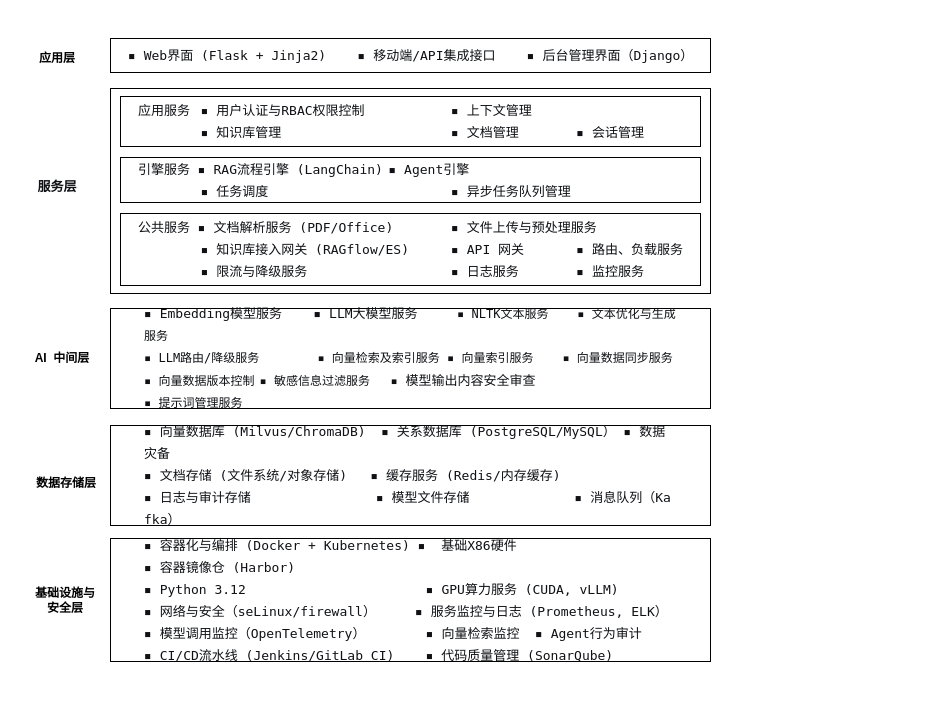
Earlier version of the draw.io diagram deploy/arch.drawio (liuyngchng/llm_agent). Source tidied: cells renumbered, new cells numbered last; positions are measured from the earlier drawing's top-left corner, leaving out a move shared by most shapes. Both pictures are drawn from the tidied source at 100%, with x=0, y=0 at pixel (17, 38).
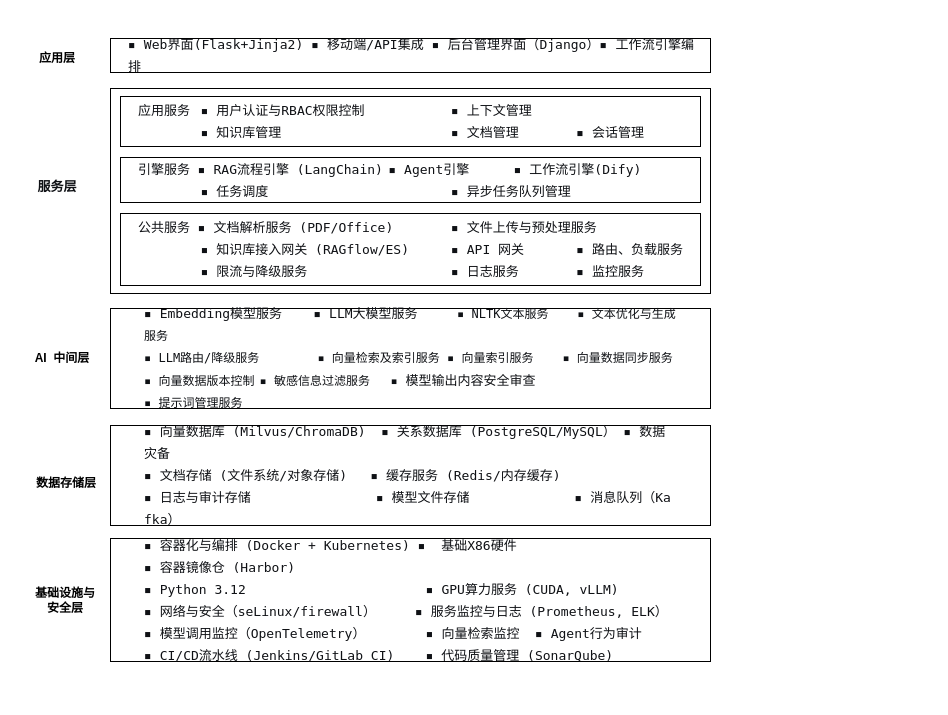
After the change.

What changed in the source:
```diff
@@
 <mxGraphModel>
   <root>
     <mxCell id="0" />
     <mxCell id="1" parent="0" />
     <mxCell id="2" value="应用层" style="rounded=0;whiteSpace=wrap;html=1;fillColor=none;strokeColor=none;fontStyle=1;" parent="1" vertex="1">
       <mxGeometry width="80" height="40" as="geometry" />
     </mxCell>
-    <mxCell id="3" value="&lt;pre style=&quot;text-align: justify; font-variant-numeric: normal; font-variant-east-asian: normal; font-variant-alternates: normal; font-size-adjust: none; font-kerning: auto; font-optical-sizing: auto; font-feature-settings: normal; font-variation-settings: normal; font-variant-position: normal; font-variant-emoji: normal; font-stretch: normal; font-size: 13px; line-height: 22px; font-family: Menlo, Monaco, Consolas, &amp;quot;Cascadia Mono&amp;quot;, &amp;quot;Ubuntu Mono&amp;quot;, &amp;quot;DejaVu Sans Mono&amp;quot;, &amp;quot;Liberation Mono&amp;quot;, &amp;quot;JetBrains Mono&amp;quot;, &amp;quot;Fira Code&amp;quot;, Cousine, &amp;quot;Roboto Mono&amp;quot;, &amp;quot;Courier New&amp;quot;, Courier, sans-serif, system-ui; overflow: auto; text-wrap-mode: wrap; word-break: break-all; padding: 16px; color: rgb(15, 17, 21); margin: 0px !important;&quot;&gt;▪ Web界面 (Flask + Jinja2)    ▪ 移动端/API集成接口    ▪ 后台管理界面（Django）&lt;/pre&gt;" style="rounded=0;whiteSpace=wrap;html=1;align=left;fillColor=default;" parent="1" vertex="1">
+    <mxCell id="3" value="&lt;pre style=&quot;text-align: justify; font-variant-numeric: normal; font-variant-east-asian: normal; font-variant-alternates: normal; font-size-adjust: none; font-kerning: auto; font-optical-sizing: auto; font-feature-settings: normal; font-variation-settings: normal; font-variant-position: normal; font-variant-emoji: normal; font-stretch: normal; font-size: 13px; line-height: 22px; font-family: Menlo, Monaco, Consolas, &amp;quot;Cascadia Mono&amp;quot;, &amp;quot;Ubuntu Mono&amp;quot;, &amp;quot;DejaVu Sans Mono&amp;quot;, &amp;quot;Liberation Mono&amp;quot;, &amp;quot;JetBrains Mono&amp;quot;, &amp;quot;Fira Code&amp;quot;, Cousine, &amp;quot;Roboto Mono&amp;quot;, &amp;quot;Courier New&amp;quot;, Courier, sans-serif, system-ui; overflow: auto; text-wrap-mode: wrap; word-break: break-all; padding: 16px; color: rgb(15, 17, 21); margin: 0px !important;&quot;&gt;▪ Web界面(Flask+Jinja2) ▪ 移动端/API集成 ▪ 后台管理界面（Django）▪ 工作流引擎编排&lt;/pre&gt;" style="rounded=0;whiteSpace=wrap;html=1;align=left;fillColor=default;" parent="1" vertex="1">
       <mxGeometry x="93" width="600" height="34" as="geometry" />
     </mxCell>
     <mxCell id="4" value="&lt;pre style=&quot;font-variant-numeric: normal; font-variant-east-asian: normal; font-variant-alternates: normal; font-size-adjust: none; font-kerning: auto; font-optical-sizing: auto; font-feature-settings: normal; font-variation-settings: normal; font-variant-position: normal; font-variant-emoji: normal; font-stretch: normal; font-size: 13px; line-height: 22px; font-family: Menlo, Monaco, Consolas, &amp;quot;Cascadia Mono&amp;quot;, &amp;quot;Ubuntu Mono&amp;quot;, &amp;quot;DejaVu Sans Mono&amp;quot;, &amp;quot;Liberation Mono&amp;quot;, &amp;quot;JetBrains Mono&amp;quot;, &amp;quot;Fira Code&amp;quot;, Cousine, &amp;quot;Roboto Mono&amp;quot;, &amp;quot;Courier New&amp;quot;, Courier, sans-serif, system-ui; overflow: auto; text-wrap-mode: wrap; word-break: break-all; padding: 16px; color: rgb(15, 17, 21); text-align: start; margin: 0px !important;&quot;&gt;服务层&lt;/pre&gt;" style="rounded=0;whiteSpace=wrap;html=1;strokeColor=none;fontStyle=1;fillColor=none;" parent="1" vertex="1">
       <mxGeometry y="131" width="80" height="33" as="geometry" />
     </mxCell>
     <mxCell id="5" style="rounded=0;whiteSpace=wrap;html=1;align=left;fillColor=default;" parent="1" vertex="1">
       <mxGeometry x="93" y="50" width="600" height="205" as="geometry" />
     </mxCell>
     <mxCell id="6" value="AI&amp;nbsp; 中间层" style="rounded=0;whiteSpace=wrap;html=1;fontStyle=1;strokeColor=none;fillColor=none;" parent="1" vertex="1">
       <mxGeometry x="5" y="301" width="80" height="38" as="geometry" />
     </mxCell>
     <mxCell id="7" value="&lt;pre style=&quot;font-variant-numeric: normal; font-variant-east-asian: normal; font-variant-alternates: normal; font-size-adjust: none; font-kerning: auto; font-optical-sizing: auto; font-feature-settings: normal; font-variation-settings: normal; font-variant-position: normal; font-variant-emoji: normal; font-stretch: normal; line-height: 22px; font-family: Menlo, Monaco, Consolas, &amp;quot;Cascadia Mono&amp;quot;, &amp;quot;Ubuntu Mono&amp;quot;, &amp;quot;DejaVu Sans Mono&amp;quot;, &amp;quot;Liberation Mono&amp;quot;, &amp;quot;JetBrains Mono&amp;quot;, &amp;quot;Fira Code&amp;quot;, Cousine, &amp;quot;Roboto Mono&amp;quot;, &amp;quot;Courier New&amp;quot;, Courier, sans-serif, system-ui; overflow: auto; text-wrap-mode: wrap; word-break: break-all; padding: 16px; color: rgb(15, 17, 21); margin: 0px !important;&quot;&gt;&lt;pre style=&quot;font-variant-numeric: normal; font-variant-east-asian: normal; font-variant-alternates: normal; font-size-adjust: none; font-kerning: auto; font-optical-sizing: auto; font-feature-settings: normal; font-variation-settings: normal; font-variant-position: normal; font-variant-emoji: normal; font-stretch: normal; line-height: 22px; font-family: Menlo, Monaco, Consolas, &amp;quot;Cascadia Mono&amp;quot;, &amp;quot;Ubuntu Mono&amp;quot;, &amp;quot;DejaVu Sans Mono&amp;quot;, &amp;quot;Liberation Mono&amp;quot;, &amp;quot;JetBrains Mono&amp;quot;, &amp;quot;Fira Code&amp;quot;, Cousine, &amp;quot;Roboto Mono&amp;quot;, &amp;quot;Courier New&amp;quot;, Courier, sans-serif, system-ui; overflow: auto; text-wrap-mode: wrap; word-break: break-all; padding: 16px; margin: 0px !important;&quot;&gt;&lt;span style=&quot;font-size: 13px;&quot;&gt;▪ Embedding模型服务    ▪ LLM大模型服务&lt;span style=&quot;white-space: pre;&quot;&gt;&#9;&lt;/span&gt;&lt;/span&gt;▪ NLTK文本服务    ▪ 文本优化与生成服务&lt;br&gt;▪ LLM路由/降级服务&lt;span style=&quot;white-space: pre;&quot;&gt;&#9;&lt;/span&gt;▪ 向量检索及索引服务 ▪ 向量索引服务    ▪ 向量数据同步服务&lt;br&gt;▪ 向量数据版本控制&lt;span style=&quot;white-space: pre;&quot;&gt;&#9;&lt;/span&gt;▪ &lt;font style=&quot;white-space-collapse: collapse; background-color: transparent;&quot;&gt;&lt;span style=&quot;font-family: quote-cjk-patch, Inter, system-ui, -apple-system, BlinkMacSystemFont, &amp;quot;Segoe UI&amp;quot;, Roboto, Oxygen, Ubuntu, Cantarell, &amp;quot;Open Sans&amp;quot;, &amp;quot;Helvetica Neue&amp;quot;, sans-serif; background-color: rgb(255, 255, 255);&quot;&gt;敏感信息过滤服务&lt;span style=&quot;white-space: pre;&quot;&gt;&#9;&lt;/span&gt;&amp;nbsp;&lt;/span&gt;&lt;/font&gt;▪&lt;span style=&quot;font-size: 13px; white-space-collapse: collapse; background-color: transparent;&quot;&gt; &lt;/span&gt;&lt;span style=&quot;font-size: 13px; white-space-collapse: collapse; font-family: quote-cjk-patch, Inter, system-ui, -apple-system, BlinkMacSystemFont, &amp;quot;Segoe UI&amp;quot;, Roboto, Oxygen, Ubuntu, Cantarell, &amp;quot;Open Sans&amp;quot;, &amp;quot;Helvetica Neue&amp;quot;, sans-serif; background-color: rgb(255, 255, 255);&quot;&gt;模型输出内容安全审查&lt;br&gt;&lt;/span&gt;▪ 提示词管理服务&amp;nbsp;&lt;/pre&gt;&lt;/pre&gt;" style="rounded=0;whiteSpace=wrap;html=1;align=left;" parent="1" vertex="1">
       <mxGeometry x="93" y="270" width="600" height="100" as="geometry" />
     </mxCell>
     <mxCell id="8" value="数据存储层" style="rounded=0;whiteSpace=wrap;html=1;fontStyle=1;strokeColor=none;fillColor=none;" parent="1" vertex="1">
       <mxGeometry x="9" y="428" width="80" height="34" as="geometry" />
     </mxCell>
     <mxCell id="9" value="&lt;pre style=&quot;font-variant-numeric: normal; font-variant-east-asian: normal; font-variant-alternates: normal; font-size-adjust: none; font-kerning: auto; font-optical-sizing: auto; font-feature-settings: normal; font-variation-settings: normal; font-variant-position: normal; font-variant-emoji: normal; font-stretch: normal; font-size: 13px; line-height: 22px; font-family: Menlo, Monaco, Consolas, &amp;quot;Cascadia Mono&amp;quot;, &amp;quot;Ubuntu Mono&amp;quot;, &amp;quot;DejaVu Sans Mono&amp;quot;, &amp;quot;Liberation Mono&amp;quot;, &amp;quot;JetBrains Mono&amp;quot;, &amp;quot;Fira Code&amp;quot;, Cousine, &amp;quot;Roboto Mono&amp;quot;, &amp;quot;Courier New&amp;quot;, Courier, sans-serif, system-ui; overflow: auto; text-wrap-mode: wrap; word-break: break-all; padding: 16px; color: rgb(15, 17, 21); margin: 0px !important;&quot;&gt;&lt;pre style=&quot;font-variant-numeric: normal; font-variant-east-asian: normal; font-variant-alternates: normal; font-size-adjust: none; font-kerning: auto; font-optical-sizing: auto; font-feature-settings: normal; font-variation-settings: normal; font-variant-position: normal; font-variant-emoji: normal; font-stretch: normal; line-height: 22px; font-family: Menlo, Monaco, Consolas, &amp;quot;Cascadia Mono&amp;quot;, &amp;quot;Ubuntu Mono&amp;quot;, &amp;quot;DejaVu Sans Mono&amp;quot;, &amp;quot;Liberation Mono&amp;quot;, &amp;quot;JetBrains Mono&amp;quot;, &amp;quot;Fira Code&amp;quot;, Cousine, &amp;quot;Roboto Mono&amp;quot;, &amp;quot;Courier New&amp;quot;, Courier, sans-serif, system-ui; overflow: auto; text-wrap-mode: wrap; word-break: break-all; padding: 16px; margin: 0px !important;&quot;&gt;▪ 向量数据库 (Milvus/ChromaDB)  ▪ 关系数据库 (PostgreSQL/MySQL） ▪ 数据灾备&lt;br&gt;▪ 文档存储 (文件系统/对象存储)   ▪ 缓存服务 (Redis/内存缓存) &lt;br&gt;▪ 日志与审计存储                ▪ 模型文件存储&lt;span style=&quot;white-space: pre;&quot;&gt;&#9;&lt;/span&gt;       ▪ 消息队列（Kafka）&lt;/pre&gt;&lt;/pre&gt;" style="rounded=0;whiteSpace=wrap;html=1;align=left;" parent="1" vertex="1">
       <mxGeometry x="93" y="387" width="600" height="100" as="geometry" />
     </mxCell>
     <mxCell id="10" value="基础设施与&lt;br&gt;安全层" style="rounded=0;whiteSpace=wrap;html=1;fontStyle=1;strokeColor=none;fillColor=none;" parent="1" vertex="1">
       <mxGeometry x="8" y="543" width="80" height="37" as="geometry" />
     </mxCell>
     <mxCell id="11" value="&lt;pre style=&quot;font-variant-numeric: normal; font-variant-east-asian: normal; font-variant-alternates: normal; font-size-adjust: none; font-kerning: auto; font-optical-sizing: auto; font-feature-settings: normal; font-variation-settings: normal; font-variant-position: normal; font-variant-emoji: normal; font-stretch: normal; font-size: 13px; line-height: 22px; font-family: Menlo, Monaco, Consolas, &amp;quot;Cascadia Mono&amp;quot;, &amp;quot;Ubuntu Mono&amp;quot;, &amp;quot;DejaVu Sans Mono&amp;quot;, &amp;quot;Liberation Mono&amp;quot;, &amp;quot;JetBrains Mono&amp;quot;, &amp;quot;Fira Code&amp;quot;, Cousine, &amp;quot;Roboto Mono&amp;quot;, &amp;quot;Courier New&amp;quot;, Courier, sans-serif, system-ui; overflow: auto; word-break: break-all; padding: 16px; color: rgb(15, 17, 21); margin: 0px !important;&quot;&gt;&lt;pre style=&quot;font-variant-numeric: normal; font-variant-east-asian: normal; font-variant-alternates: normal; font-size-adjust: none; font-kerning: auto; font-optical-sizing: auto; font-feature-settings: normal; font-variation-settings: normal; font-variant-position: normal; font-variant-emoji: normal; font-stretch: normal; line-height: 22px; font-family: Menlo, Monaco, Consolas, &amp;quot;Cascadia Mono&amp;quot;, &amp;quot;Ubuntu Mono&amp;quot;, &amp;quot;DejaVu Sans Mono&amp;quot;, &amp;quot;Liberation Mono&amp;quot;, &amp;quot;JetBrains Mono&amp;quot;, &amp;quot;Fira Code&amp;quot;, Cousine, &amp;quot;Roboto Mono&amp;quot;, &amp;quot;Courier New&amp;quot;, Courier, sans-serif, system-ui; overflow: auto; word-break: break-all; padding: 16px; margin: 0px !important;&quot;&gt;&lt;span style=&quot;text-wrap-mode: wrap;&quot;&gt;▪ 容器化与编排 (Docker + Kubernetes) ▪  基础X86硬件   &lt;/span&gt;▪ 容器镜像仓 (Harbor)&lt;span style=&quot;text-wrap-mode: wrap;&quot;&gt;&lt;br&gt;&lt;/span&gt;&lt;span style=&quot;text-wrap-mode: wrap;&quot;&gt;▪ Python 3.12                       ▪ GPU算力服务 (CUDA, vLLM)                                        &lt;br&gt;▪ 网络与安全（seLinux/firewall）&lt;/span&gt;     &lt;span style=&quot;white-space: normal; background-color: transparent;&quot;&gt;▪ 服务监控与日志 (Prometheus, ELK）&lt;/span&gt;▪ 模型调用监控（OpenTelemetry）  &lt;span style=&quot;white-space: pre;&quot;&gt;&#9;&lt;/span&gt;    ▪ 向量检索监控  ▪ Agent行为审计&lt;br&gt;▪ CI/CD流水线 (Jenkins/GitLab CI)    ▪ 代码质量管理 (SonarQube)&lt;/pre&gt;&lt;/pre&gt;" style="rounded=0;whiteSpace=wrap;html=1;align=left;" parent="1" vertex="1">
       <mxGeometry x="93" y="500" width="600" height="123" as="geometry" />
     </mxCell>
     <mxCell id="12" value="&lt;pre style=&quot;font-variant-numeric: normal; font-variant-east-asian: normal; font-variant-alternates: normal; font-size-adjust: none; font-kerning: auto; font-optical-sizing: auto; font-feature-settings: normal; font-variation-settings: normal; font-variant-position: normal; font-variant-emoji: normal; font-stretch: normal; font-size: 13px; line-height: 22px; font-family: Menlo, Monaco, Consolas, &amp;quot;Cascadia Mono&amp;quot;, &amp;quot;Ubuntu Mono&amp;quot;, &amp;quot;DejaVu Sans Mono&amp;quot;, &amp;quot;Liberation Mono&amp;quot;, &amp;quot;JetBrains Mono&amp;quot;, &amp;quot;Fira Code&amp;quot;, Cousine, &amp;quot;Roboto Mono&amp;quot;, &amp;quot;Courier New&amp;quot;, Courier, sans-serif, system-ui; overflow: auto; text-wrap-mode: wrap; word-break: break-all; padding: 16px; color: rgb(15, 17, 21); margin: 0px !important;&quot;&gt;应用服务&lt;span style=&quot;white-space: pre;&quot;&gt;&#9;&lt;/span&gt;▪ 用户认证与RBAC权限控制&lt;span style=&quot;white-space: pre;&quot;&gt;&#9;&lt;span style=&quot;white-space: pre;&quot;&gt;&#9;&lt;/span&gt;&lt;/span&gt;▪ 上下文管理&lt;br&gt;&lt;span style=&quot;white-space: pre;&quot;&gt;&#9;&lt;/span&gt;▪ 知识库管理&lt;span style=&quot;white-space: pre;&quot;&gt;&#9;&lt;/span&gt;&lt;span style=&quot;white-space: pre;&quot;&gt;&#9;&lt;span style=&quot;white-space: pre;&quot;&gt;&#9;&lt;/span&gt;&lt;/span&gt;▪ 文档管理&lt;span style=&quot;white-space: pre;&quot;&gt;&#9;&lt;/span&gt;▪ 会话管理&lt;br&gt;&lt;/pre&gt;" style="rounded=0;whiteSpace=wrap;html=1;align=left;fillColor=default;" parent="1" vertex="1">
       <mxGeometry x="103" y="58" width="580" height="50" as="geometry" />
     </mxCell>
-    <mxCell id="13" value="&lt;pre style=&quot;font-variant-numeric: normal; font-variant-east-asian: normal; font-variant-alternates: normal; font-size-adjust: none; font-kerning: auto; font-optical-sizing: auto; font-feature-settings: normal; font-variation-settings: normal; font-variant-position: normal; font-variant-emoji: normal; font-stretch: normal; font-size: 13px; line-height: 22px; font-family: Menlo, Monaco, Consolas, &amp;quot;Cascadia Mono&amp;quot;, &amp;quot;Ubuntu Mono&amp;quot;, &amp;quot;DejaVu Sans Mono&amp;quot;, &amp;quot;Liberation Mono&amp;quot;, &amp;quot;JetBrains Mono&amp;quot;, &amp;quot;Fira Code&amp;quot;, Cousine, &amp;quot;Roboto Mono&amp;quot;, &amp;quot;Courier New&amp;quot;, Courier, sans-serif, system-ui; overflow: auto; text-wrap-mode: wrap; word-break: break-all; padding: 16px; color: rgb(15, 17, 21); margin: 0px !important;&quot;&gt;引擎服务 ▪ RAG流程引擎 (LangChain)&lt;span style=&quot;white-space: pre;&quot;&gt;&#9;&lt;/span&gt;▪&lt;span style=&quot;background-color: transparent; white-space-collapse: collapse;&quot;&gt;&amp;nbsp;&lt;/span&gt;Agent引擎&lt;br&gt;&lt;span style=&quot;white-space: pre;&quot;&gt;&#9;&lt;/span&gt;▪ 任务调度&lt;span style=&quot;white-space: pre;&quot;&gt;&#9;&lt;span style=&quot;white-space: pre;&quot;&gt;&#9;&lt;span style=&quot;white-space: pre;&quot;&gt;&#9;&lt;/span&gt;&lt;/span&gt;&lt;/span&gt;▪ 异步任务队列管理&lt;br&gt;&lt;/pre&gt;" style="rounded=0;whiteSpace=wrap;html=1;align=left;fillColor=default;" parent="1" vertex="1">
+    <mxCell id="13" value="&lt;pre style=&quot;font-variant-numeric: normal; font-variant-east-asian: normal; font-variant-alternates: normal; font-size-adjust: none; font-kerning: auto; font-optical-sizing: auto; font-feature-settings: normal; font-variation-settings: normal; font-variant-position: normal; font-variant-emoji: normal; font-stretch: normal; font-size: 13px; line-height: 22px; font-family: Menlo, Monaco, Consolas, &amp;quot;Cascadia Mono&amp;quot;, &amp;quot;Ubuntu Mono&amp;quot;, &amp;quot;DejaVu Sans Mono&amp;quot;, &amp;quot;Liberation Mono&amp;quot;, &amp;quot;JetBrains Mono&amp;quot;, &amp;quot;Fira Code&amp;quot;, Cousine, &amp;quot;Roboto Mono&amp;quot;, &amp;quot;Courier New&amp;quot;, Courier, sans-serif, system-ui; overflow: auto; text-wrap-mode: wrap; word-break: break-all; padding: 16px; color: rgb(15, 17, 21); margin: 0px !important;&quot;&gt;引擎服务 ▪ RAG流程引擎 (LangChain)&lt;span style=&quot;white-space: pre;&quot;&gt;&#9;&lt;/span&gt;▪&lt;span style=&quot;background-color: transparent; white-space-collapse: collapse;&quot;&gt;&amp;nbsp;&lt;/span&gt;Agent引擎&lt;span style=&quot;white-space: pre;&quot;&gt;&#9;&lt;/span&gt;▪ 工作流引擎(Dify)&lt;span style=&quot;white-space: pre;&quot;&gt;&lt;br&gt;&lt;/span&gt;&lt;span style=&quot;white-space: pre;&quot;&gt;&#9;&lt;/span&gt;▪ 任务调度&lt;span style=&quot;white-space: pre;&quot;&gt;&#9;&lt;span style=&quot;white-space: pre;&quot;&gt;&#9;&lt;span style=&quot;white-space: pre;&quot;&gt;&#9;&lt;/span&gt;&lt;/span&gt;&lt;/span&gt;▪ 异步任务队列管理&lt;br&gt;&lt;/pre&gt;" style="rounded=0;whiteSpace=wrap;html=1;align=left;fillColor=default;" parent="1" vertex="1">
       <mxGeometry x="103" y="119" width="580" height="45" as="geometry" />
     </mxCell>
     <mxCell id="14" value="&lt;pre style=&quot;font-variant-numeric: normal; font-variant-east-asian: normal; font-variant-alternates: normal; font-size-adjust: none; font-kerning: auto; font-optical-sizing: auto; font-feature-settings: normal; font-variation-settings: normal; font-variant-position: normal; font-variant-emoji: normal; font-stretch: normal; font-size: 13px; line-height: 22px; font-family: Menlo, Monaco, Consolas, &amp;quot;Cascadia Mono&amp;quot;, &amp;quot;Ubuntu Mono&amp;quot;, &amp;quot;DejaVu Sans Mono&amp;quot;, &amp;quot;Liberation Mono&amp;quot;, &amp;quot;JetBrains Mono&amp;quot;, &amp;quot;Fira Code&amp;quot;, Cousine, &amp;quot;Roboto Mono&amp;quot;, &amp;quot;Courier New&amp;quot;, Courier, sans-serif, system-ui; overflow: auto; text-wrap-mode: wrap; word-break: break-all; padding: 16px; color: rgb(15, 17, 21); margin: 0px !important;&quot;&gt;公共服务 ▪ 文档解析服务 (PDF/Office) &lt;span style=&quot;white-space: pre;&quot;&gt;&#9;&lt;/span&gt;▪ 文件上传与预处理服务 &lt;br&gt;&lt;span style=&quot;white-space: pre;&quot;&gt;&#9;&lt;/span&gt;▪ 知识库接入网关 (RAGflow/ES) &lt;span style=&quot;white-space: pre;&quot;&gt;&#9;&lt;/span&gt;▪ API 网关&lt;span style=&quot;white-space: pre;&quot;&gt;&#9;&lt;/span&gt;▪ 路由、负载服务&lt;br&gt;&lt;span style=&quot;white-space: pre;&quot;&gt;&#9;&lt;/span&gt;▪ 限流与降级服务           &lt;span style=&quot;white-space: pre;&quot;&gt;&#9;&lt;/span&gt;&lt;span style=&quot;white-space-collapse: collapse; background-color: transparent;&quot;&gt;▪ 日志服务&lt;/span&gt;&#9;&lt;span style=&quot;white-space-collapse: collapse; background-color: transparent;&quot;&gt;▪ 监控服务&lt;/span&gt;&lt;/pre&gt;" style="rounded=0;whiteSpace=wrap;html=1;align=left;fillColor=default;" parent="1" vertex="1">
       <mxGeometry x="103" y="175" width="580" height="72" as="geometry" />
     </mxCell>
   </root>
 </mxGraphModel>
```
